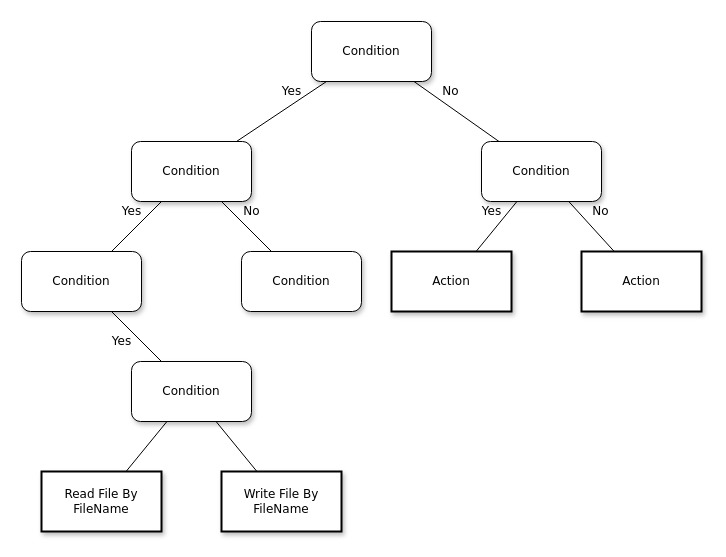
Before: 文件架构.drawio in mtpatient/flow_chart, a draw.io diagram. Source tidied: cells renumbered, new cells numbered last; positions are measured from the earlier drawing's top-left corner, leaving out a move shared by most shapes. Both pictures are drawn from the tidied source at 100%, with x=0, y=0 at pixel (21, 21).
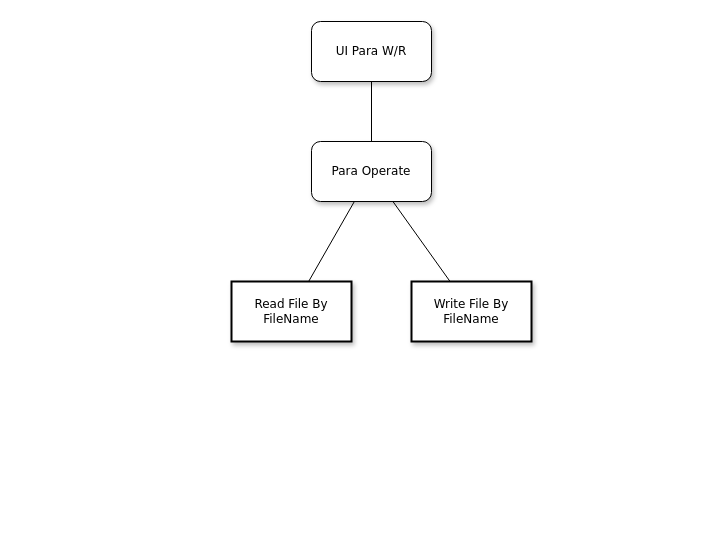
After the change.

Commit message (it also covers changes not shown here):
更新文件架构.drawio

The edit, as a diff of the source:
```diff
@@
-    <mxCell id="2" value="Condition" style="whiteSpace=wrap;html=1;rounded=1;shadow=1;labelBackgroundColor=none;strokeWidth=1;fontFamily=Verdana;fontSize=12;align=center;" parent="1" vertex="1">
+    <mxCell id="2" value="UI Para W/R" style="whiteSpace=wrap;html=1;rounded=1;shadow=1;labelBackgroundColor=none;strokeWidth=1;fontFamily=Verdana;fontSize=12;align=center;" parent="1" vertex="1">
       <mxGeometry x="290" width="120" height="60" as="geometry" />
     </mxCell>
-    <mxCell id="3" value="&lt;span&gt;Condition&lt;/span&gt;" style="whiteSpace=wrap;html=1;rounded=1;shadow=1;labelBackgroundColor=none;strokeWidth=1;fontFamily=Verdana;fontSize=12;align=center;" parent="1" vertex="1">
-      <mxGeometry x="110" y="120" width="120" height="60" as="geometry" />
+    <mxCell id="3" value="&lt;span&gt;Para Operate&lt;/span&gt;" style="whiteSpace=wrap;html=1;rounded=1;shadow=1;labelBackgroundColor=none;strokeWidth=1;fontFamily=Verdana;fontSize=12;align=center;" parent="1" vertex="1">
+      <mxGeometry x="290" y="120" width="120" height="60" as="geometry" />
     </mxCell>
-    <mxCell id="4" value="&lt;span&gt;Condition&lt;/span&gt;" style="whiteSpace=wrap;html=1;rounded=1;shadow=1;labelBackgroundColor=none;strokeWidth=1;fontFamily=Verdana;fontSize=12;align=center;" parent="1" vertex="1">
-      <mxGeometry x="460" y="120" width="120" height="60" as="geometry" />
-    </mxCell>
-    <mxCell id="5" value="No" style="rounded=0;html=1;labelBackgroundColor=none;startArrow=none;startFill=0;startSize=5;endArrow=none;endFill=0;endSize=5;jettySize=auto;strokeWidth=1;fontFamily=Verdana;fontSize=12;" parent="1" edge="1" source="2" target="4">
-      <mxGeometry x="-0.3" y="13" relative="1" as="geometry" />
-    </mxCell>
-    <mxCell id="6" value="Yes" style="rounded=0;html=1;labelBackgroundColor=none;startArrow=none;startFill=0;startSize=5;endArrow=none;endFill=0;endSize=5;jettySize=auto;strokeWidth=1;fontFamily=Verdana;fontSize=12;" parent="1" edge="1" source="2" target="3">
+    <mxCell id="6" style="rounded=0;html=1;labelBackgroundColor=none;startArrow=none;startFill=0;startSize=5;endArrow=none;endFill=0;endSize=5;jettySize=auto;strokeWidth=1;fontFamily=Verdana;fontSize=12;" parent="1" edge="1" source="2" target="3">
       <mxGeometry x="-0.36" y="-11" relative="1" as="geometry" />
     </mxCell>
-    <mxCell id="7" value="&lt;span&gt;Condition&lt;/span&gt;" style="whiteSpace=wrap;html=1;rounded=1;shadow=1;labelBackgroundColor=none;strokeWidth=1;fontFamily=Verdana;fontSize=12;align=center;" parent="1" vertex="1">
-      <mxGeometry y="230" width="120" height="60" as="geometry" />
-    </mxCell>
-    <mxCell id="8" value="&lt;span&gt;Condition&lt;/span&gt;" style="whiteSpace=wrap;html=1;rounded=1;shadow=1;labelBackgroundColor=none;strokeWidth=1;fontFamily=Verdana;fontSize=12;align=center;" parent="1" vertex="1">
-      <mxGeometry x="220" y="230" width="120" height="60" as="geometry" />
-    </mxCell>
-    <mxCell id="9" value="&lt;span&gt;Action&lt;/span&gt;" style="whiteSpace=wrap;html=1;rounded=0;shadow=1;labelBackgroundColor=none;strokeWidth=2;fontFamily=Verdana;fontSize=12;align=center;" parent="1" vertex="1">
-      <mxGeometry x="370" y="230" width="120" height="60" as="geometry" />
-    </mxCell>
-    <mxCell id="10" value="&lt;span&gt;Action&lt;/span&gt;" style="whiteSpace=wrap;html=1;rounded=0;shadow=1;labelBackgroundColor=none;strokeWidth=2;fontFamily=Verdana;fontSize=12;align=center;" parent="1" vertex="1">
-      <mxGeometry x="560" y="230" width="120" height="60" as="geometry" />
-    </mxCell>
-    <mxCell id="11" value="&lt;span&gt;Condition&lt;/span&gt;" style="whiteSpace=wrap;html=1;rounded=1;shadow=1;labelBackgroundColor=none;strokeWidth=1;fontFamily=Verdana;fontSize=12;align=center;" parent="1" vertex="1">
-      <mxGeometry x="110" y="340" width="120" height="60" as="geometry" />
-    </mxCell>
-    <mxCell id="12" value="Yes" style="rounded=0;html=1;labelBackgroundColor=none;startArrow=none;startFill=0;startSize=5;endArrow=none;endFill=0;endSize=5;jettySize=auto;strokeWidth=1;fontFamily=Verdana;fontSize=12;" parent="1" edge="1" source="3" target="7">
-      <mxGeometry x="-0.2" y="-14" relative="1" as="geometry" />
-    </mxCell>
-    <mxCell id="13" value="No" style="rounded=0;html=1;labelBackgroundColor=none;startArrow=none;startFill=0;startSize=5;endArrow=none;endFill=0;endSize=5;jettySize=auto;strokeWidth=1;fontFamily=Verdana;fontSize=12;" parent="1" edge="1" source="3" target="8">
-      <mxGeometry x="-0.2" y="14" relative="1" as="geometry" />
-    </mxCell>
-    <mxCell id="14" value="Yes" style="rounded=0;html=1;labelBackgroundColor=none;startArrow=none;startFill=0;startSize=5;endArrow=none;endFill=0;endSize=5;jettySize=auto;strokeWidth=1;fontFamily=Verdana;fontSize=12;" parent="1" edge="1" source="4" target="9">
-      <mxGeometry x="-0.26" y="-13" relative="1" as="geometry" />
-    </mxCell>
-    <mxCell id="15" value="No" style="rounded=0;html=1;labelBackgroundColor=none;startArrow=none;startFill=0;startSize=5;endArrow=none;endFill=0;endSize=5;jettySize=auto;strokeWidth=1;fontFamily=Verdana;fontSize=12;" parent="1" edge="1" source="4" target="10">
-      <mxGeometry x="-0.13" y="17" relative="1" as="geometry" />
-    </mxCell>
-    <mxCell id="16" value="Yes" style="rounded=0;html=1;labelBackgroundColor=none;startArrow=none;startFill=0;startSize=5;endArrow=none;endFill=0;endSize=5;jettySize=auto;strokeWidth=1;fontFamily=Verdana;fontSize=12;" parent="1" edge="1" source="7" target="11">
-      <mxGeometry x="-0.22" y="-14" relative="1" as="geometry" />
-    </mxCell>
     <mxCell id="17" value="Read File By FileName" style="whiteSpace=wrap;html=1;rounded=0;shadow=1;labelBackgroundColor=none;strokeWidth=2;fontFamily=Verdana;fontSize=12;align=center;" parent="1" vertex="1">
-      <mxGeometry x="20" y="450" width="120" height="60" as="geometry" />
+      <mxGeometry x="210" y="260" width="120" height="60" as="geometry" />
     </mxCell>
     <mxCell id="18" value="&lt;span&gt;Write File By FileName&lt;/span&gt;" style="whiteSpace=wrap;html=1;rounded=0;shadow=1;labelBackgroundColor=none;strokeWidth=2;fontFamily=Verdana;fontSize=12;align=center;" parent="1" vertex="1">
-      <mxGeometry x="200" y="450" width="120" height="60" as="geometry" />
+      <mxGeometry x="390" y="260" width="120" height="60" as="geometry" />
     </mxCell>
-    <mxCell id="19" style="rounded=0;html=1;labelBackgroundColor=none;startArrow=none;startFill=0;startSize=5;endArrow=none;endFill=0;endSize=5;jettySize=auto;strokeWidth=1;fontFamily=Verdana;fontSize=12;" parent="1" edge="1" source="11" target="17">
+    <mxCell id="19" style="rounded=0;html=1;labelBackgroundColor=none;startArrow=none;startFill=0;startSize=5;endArrow=none;endFill=0;endSize=5;jettySize=auto;strokeWidth=1;fontFamily=Verdana;fontSize=12;" parent="1" edge="1" source="3" target="17">
       <mxGeometry x="0.14" y="-16" relative="1" as="geometry" />
     </mxCell>
-    <mxCell id="20" style="rounded=0;html=1;labelBackgroundColor=none;startArrow=none;startFill=0;startSize=5;endArrow=none;endFill=0;endSize=5;jettySize=auto;strokeWidth=1;fontFamily=Verdana;fontSize=12;" parent="1" edge="1" source="11" target="18">
+    <mxCell id="20" style="rounded=0;html=1;labelBackgroundColor=none;startArrow=none;startFill=0;startSize=5;endArrow=none;endFill=0;endSize=5;jettySize=auto;strokeWidth=1;fontFamily=Verdana;fontSize=12;" parent="1" edge="1" source="3" target="18">
       <mxGeometry x="0.15" y="16" relative="1" as="geometry" />
     </mxCell>
```
